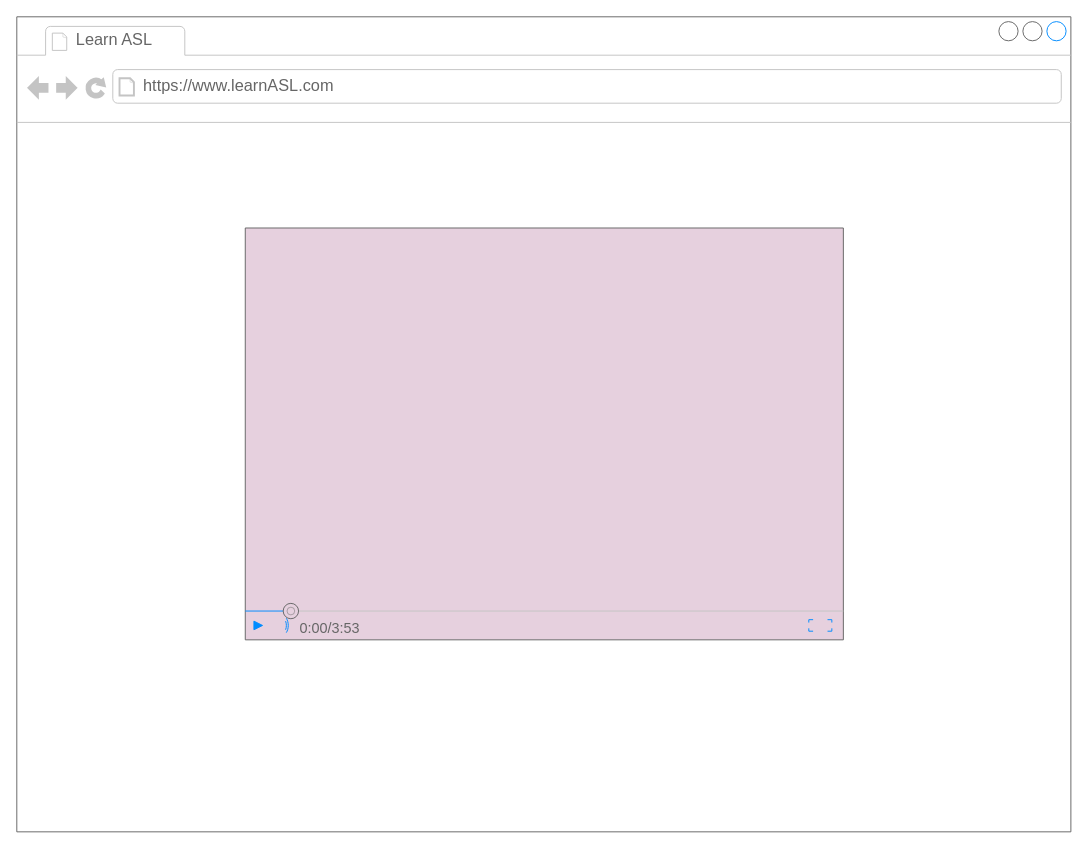
ysmeen24/websitetest keeps this draw.io diagram as Untitled Diagram.drawio. Above is the earlier version. Source tidied: cells renumbered, new cells numbered last; positions are measured from the earlier drawing's top-left corner, leaving out a move shared by most shapes. Both pictures are drawn from the tidied source at 96%, with x=0, y=0 at pixel (16, 16).
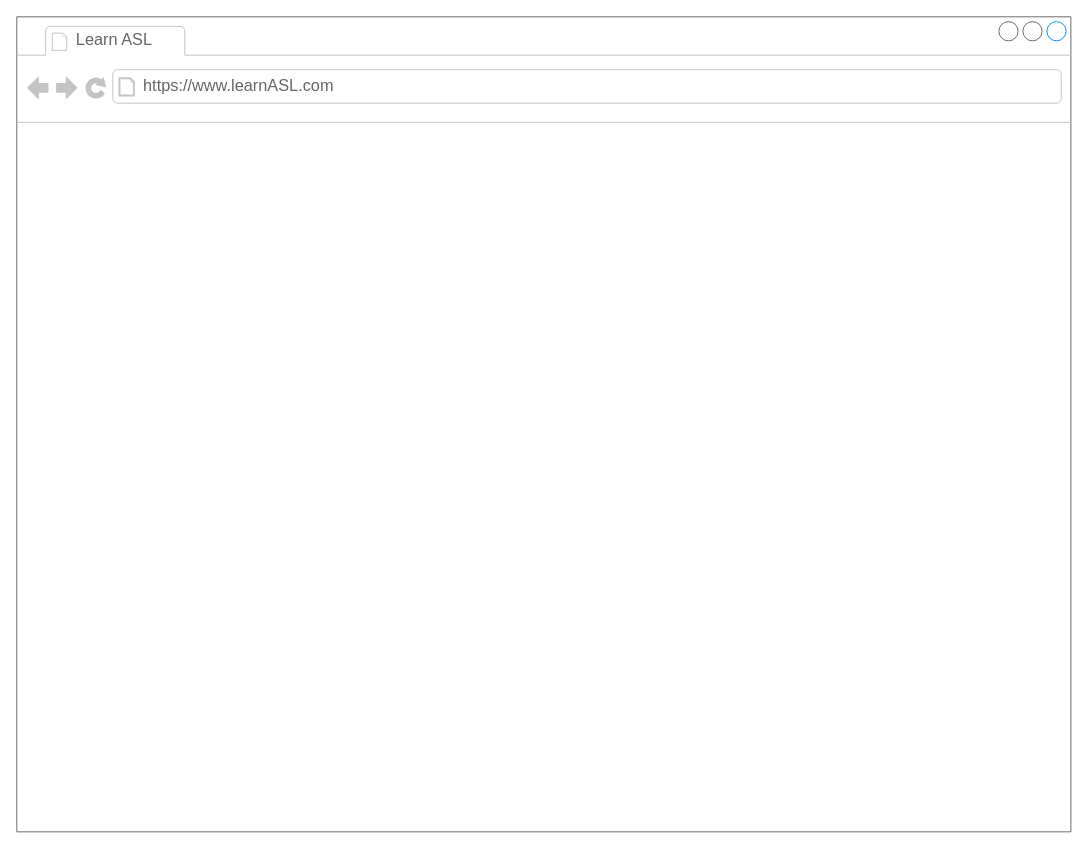
The same page after the edit.

Diff of the diagram source:
```diff
@@
 <mxGraphModel>
   <root>
     <mxCell id="0" />
     <mxCell id="1" parent="0" />
     <mxCell id="2" style="strokeWidth=1;shadow=0;dashed=0;align=center;html=1;shape=mxgraph.mockup.containers.browserWindow;rSize=0;strokeColor=#666666;strokeColor2=#008cff;strokeColor3=#c4c4c4;mainText=,;" parent="1" vertex="1">
       <mxGeometry width="1098" height="849" as="geometry" />
     </mxCell>
     <mxCell id="3" value="Learn ASL" style="strokeWidth=1;shadow=0;dashed=0;align=center;html=1;shape=mxgraph.mockup.containers.anchor;fontSize=17;fontColor=#666666;align=left;" parent="2" vertex="1">
       <mxGeometry x="60" y="12" width="110" height="26" as="geometry" />
     </mxCell>
     <mxCell id="4" value="https://www.learnASL.com" style="strokeWidth=1;shadow=0;dashed=0;align=center;html=1;shape=mxgraph.mockup.containers.anchor;rSize=0;fontSize=17;fontColor=#666666;align=left;" parent="2" vertex="1">
       <mxGeometry x="130" y="60" width="250" height="26" as="geometry" />
     </mxCell>
-    <mxCell id="5" parent="0" />
-    <mxCell id="6" style="verticalLabelPosition=bottom;shadow=0;dashed=0;align=center;html=1;verticalAlign=top;strokeWidth=1;shape=mxgraph.mockup.containers.videoPlayer;strokeColor=#666666;strokeColor2=#008cff;strokeColor3=#c4c4c4;textColor=#666666;fillColor2=#008cff;barHeight=30;barPos=6.506;fontFamily=Courier New;fontSize=28;fontColor=#E6D0DE;fillColor=#E6D0DE;" parent="5" vertex="1">
-      <mxGeometry x="238" y="220" width="623" height="429" as="geometry" />
-    </mxCell>
   </root>
 </mxGraphModel>
```
